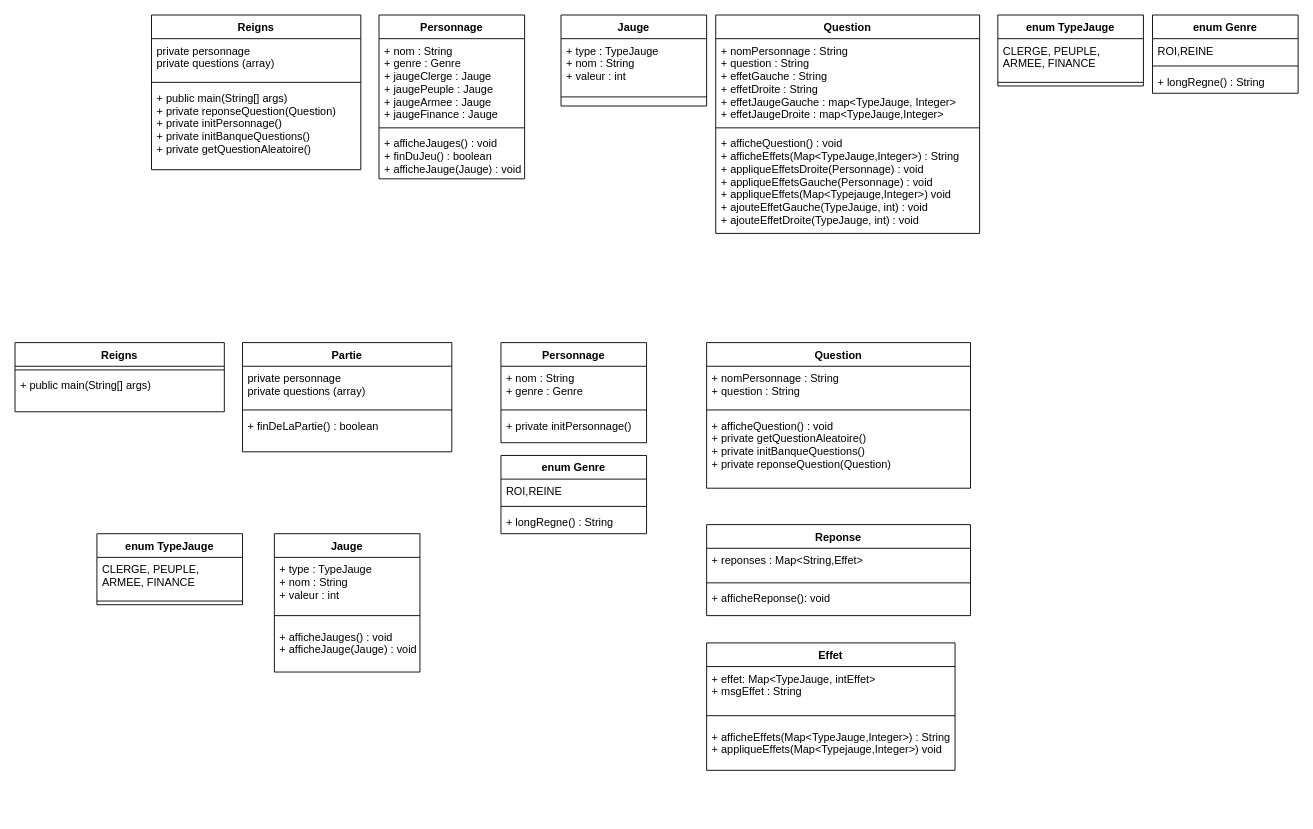
juchrt/TP-1-Reigns keeps this draw.io diagram as uml.drawio. Above is the earlier version. Source tidied: cells renumbered, new cells numbered last; positions are measured from the earlier drawing's top-left corner, leaving out a move shared by most shapes. Both pictures are drawn from the tidied source at 91%, with x=0, y=0 at pixel (15, 15).
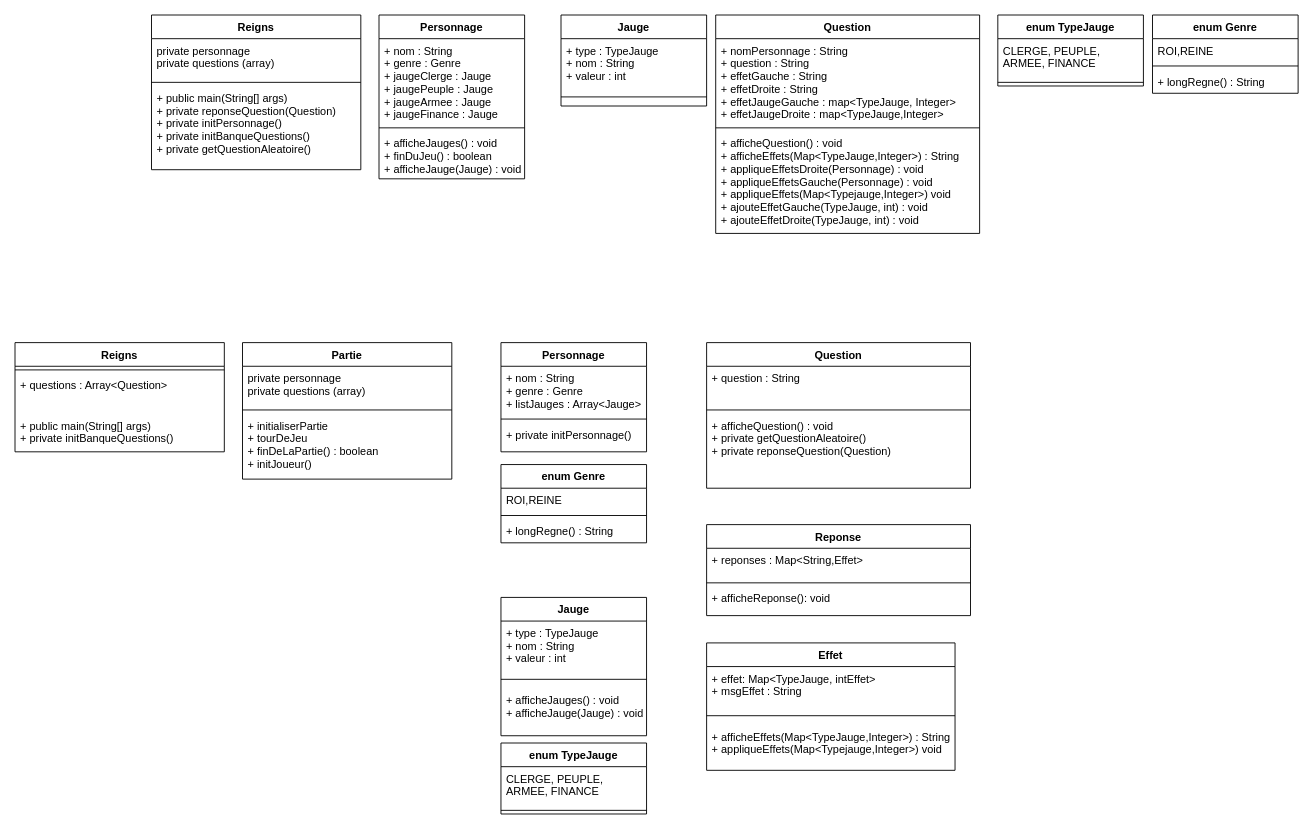
The same page after the edit.

Unchanged cells that the change refers to:
```xml
<mxCell id="35" value="Question" style="swimlane;fontStyle=1;align=center;verticalAlign=top;horizontal=1;startSize=26;" parent="1" vertex="1">
  <mxGeometry x="760" y="360" width="290" height="160" as="geometry" />
</mxCell>
```

Diff of the diagram source:
```diff
@@
     <mxCell id="24" value="Reigns" style="swimlane;fontStyle=1;align=center;verticalAlign=top;horizontal=1;startSize=26;" parent="1" vertex="1">
-      <mxGeometry y="360" width="230" height="76" as="geometry" />
+      <mxGeometry y="360" width="230" height="120" as="geometry" />
     </mxCell>
@@
+    <mxCell id="58" value="+ questions : Array&lt;Question&gt;" style="text;strokeColor=none;fillColor=none;align=left;verticalAlign=top;spacingLeft=4;spacingRight=4;overflow=hidden;" parent="24" vertex="1">
+      <mxGeometry y="34" width="230" height="44" as="geometry" />
+    </mxCell>
-    <mxCell id="26" value="+ public main(String[] args)" style="text;strokeColor=none;fillColor=none;align=left;verticalAlign=top;spacingLeft=4;spacingRight=4;overflow=hidden;" parent="24" vertex="1">
-      <mxGeometry y="34" width="230" height="42" as="geometry" />
+    <mxCell id="26" value="+ public main(String[] args)&#10;+ private initBanqueQuestions()" style="text;strokeColor=none;fillColor=none;align=left;verticalAlign=top;spacingLeft=4;spacingRight=4;overflow=hidden;shadow=1;" parent="24" vertex="1">
+      <mxGeometry y="78" width="230" height="42" as="geometry" />
     </mxCell>
     <mxCell id="27" value="Jauge" style="swimlane;fontStyle=1;align=center;verticalAlign=top;horizontal=1;startSize=26;" parent="1" vertex="1">
-      <mxGeometry x="285" y="570" width="160" height="152" as="geometry" />
+      <mxGeometry x="534" y="640" width="160" height="152" as="geometry" />
     </mxCell>
@@
     <mxCell id="31" value="Personnage" style="swimlane;fontStyle=1;align=center;verticalAlign=top;horizontal=1;startSize=26;" parent="1" vertex="1">
-      <mxGeometry x="534" y="360" width="160" height="110" as="geometry" />
+      <mxGeometry x="534" y="360" width="160" height="120" as="geometry" />
     </mxCell>
-    <mxCell id="32" value="+ nom : String&#10;+ genre : Genre" style="text;strokeColor=none;fillColor=none;align=left;verticalAlign=top;spacingLeft=4;spacingRight=4;overflow=hidden;" parent="31" vertex="1">
-      <mxGeometry y="26" width="160" height="44" as="geometry" />
+    <mxCell id="32" value="+ nom : String&#10;+ genre : Genre&#10;+ listJauges : Array&lt;Jauge&gt;" style="text;strokeColor=none;fillColor=none;align=left;verticalAlign=top;spacingLeft=4;spacingRight=4;overflow=hidden;" parent="31" vertex="1">
+      <mxGeometry y="26" width="160" height="54" as="geometry" />
     </mxCell>
     <mxCell id="33" style="line;strokeWidth=1;fillColor=none;align=left;verticalAlign=middle;spacingTop=-1;spacingLeft=3;spacingRight=3;labelPosition=right;strokeColor=inherit;" parent="31" vertex="1">
-      <mxGeometry y="70" width="160" height="8" as="geometry" />
+      <mxGeometry y="80" width="160" height="8" as="geometry" />
     </mxCell>
     <mxCell id="34" value="+ private initPersonnage()" style="text;strokeColor=none;fillColor=none;align=left;verticalAlign=top;spacingLeft=4;spacingRight=4;overflow=hidden;" parent="31" vertex="1">
-      <mxGeometry y="78" width="160" height="32" as="geometry" />
+      <mxGeometry y="88" width="160" height="32" as="geometry" />
     </mxCell>
@@
-    <mxCell id="36" value="+ nomPersonnage : String&#10;+ question : String&#10;&#10;" style="text;strokeColor=none;fillColor=none;align=left;verticalAlign=top;spacingLeft=4;spacingRight=4;overflow=hidden;" parent="35" vertex="1">
+    <mxCell id="36" value="+ question : String" style="text;strokeColor=none;fillColor=none;align=left;verticalAlign=top;spacingLeft=4;spacingRight=4;overflow=hidden;" parent="35" vertex="1">
       <mxGeometry y="26" width="290" height="44" as="geometry" />
     </mxCell>
@@
-    <mxCell id="38" value="+ afficheQuestion() : void&#10;+ private getQuestionAleatoire()&#10;+ private initBanqueQuestions()&#10;+ private reponseQuestion(Question)&#10;" style="text;strokeColor=none;fillColor=none;align=left;verticalAlign=top;spacingLeft=4;spacingRight=4;overflow=hidden;" parent="35" vertex="1">
+    <mxCell id="38" value="+ afficheQuestion() : void&#10;+ private getQuestionAleatoire()&#10;+ private reponseQuestion(Question)&#10;" style="text;strokeColor=none;fillColor=none;align=left;verticalAlign=top;spacingLeft=4;spacingRight=4;overflow=hidden;" parent="35" vertex="1">
       <mxGeometry y="78" width="290" height="82" as="geometry" />
     </mxCell>
     <mxCell id="39" value="enum Genre" style="swimlane;fontStyle=1;align=center;verticalAlign=top;horizontal=1;startSize=26;" parent="1" vertex="1">
-      <mxGeometry x="534" y="484" width="160" height="86" as="geometry" />
+      <mxGeometry x="534" y="494" width="160" height="86" as="geometry" />
     </mxCell>
@@
     <mxCell id="47" value="Partie" style="swimlane;fontStyle=1;align=center;verticalAlign=top;horizontal=1;startSize=26;" parent="1" vertex="1">
-      <mxGeometry x="250" y="360" width="230" height="120" as="geometry" />
+      <mxGeometry x="250" y="360" width="230" height="150" as="geometry" />
     </mxCell>
@@
-    <mxCell id="50" value="+ finDeLaPartie() : boolean" style="text;strokeColor=none;fillColor=none;align=left;verticalAlign=top;spacingLeft=4;spacingRight=4;overflow=hidden;" parent="47" vertex="1">
-      <mxGeometry y="78" width="230" height="42" as="geometry" />
+    <mxCell id="50" value="+ initialiserPartie&#10;+ tourDeJeu&#10;+ finDeLaPartie() : boolean&#10;+ initJoueur()" style="text;strokeColor=none;fillColor=none;align=left;verticalAlign=top;spacingLeft=4;spacingRight=4;overflow=hidden;" parent="47" vertex="1">
+      <mxGeometry y="78" width="230" height="72" as="geometry" />
     </mxCell>
     <mxCell id="51" value="enum TypeJauge" style="swimlane;fontStyle=1;align=center;verticalAlign=top;horizontal=1;startSize=26;" parent="1" vertex="1">
-      <mxGeometry x="90" y="570" width="160" height="78" as="geometry" />
+      <mxGeometry x="534" y="800" width="160" height="78" as="geometry" />
     </mxCell>
```
